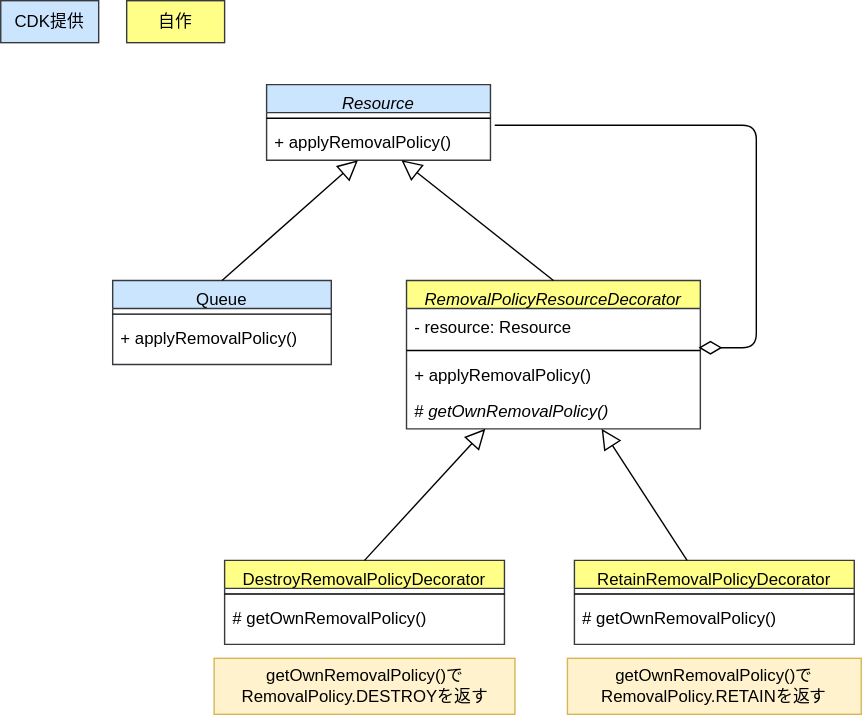
go-to-k/cdk-gof-design-pattern keeps this draw.io diagram as drawio/decorator/decorator_cdk.drawio.svg. Above is the earlier version. Source tidied: cells renumbered, new cells last; positions are measured from the earlier drawing's top-left corner, leaving out a move shared by most shapes.
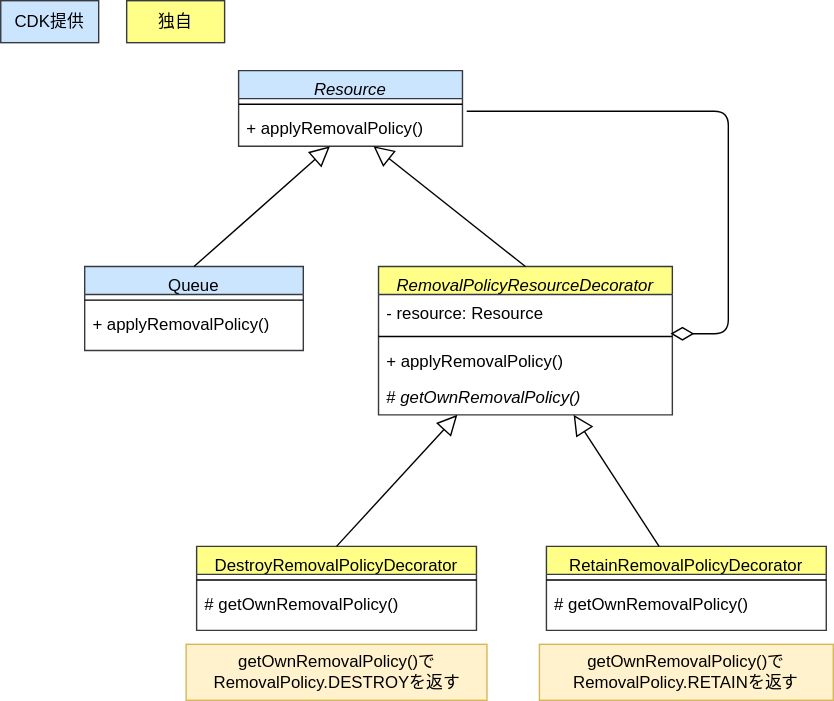
The same file after the commit.

The edit, as a diff of the source:
```diff
@@ -79,11 +79,11 @@
     <mxCell id="25" value="getOwnRemovalPolicy()でRemovalPolicy.DESTROYを返す" style="text;html=1;strokeColor=#d6b656;fillColor=#fff2cc;align=center;verticalAlign=middle;whiteSpace=wrap;rounded=0;fontColor=#000000;" parent="1" vertex="1">
       <mxGeometry x="152.5" y="470" width="215" height="40" as="geometry" />
     </mxCell>
-    <mxCell id="26" value="自作" style="rounded=0;whiteSpace=wrap;html=1;fillColor=#ffff88;strokeColor=#36393d;" parent="1" vertex="1">
-      <mxGeometry x="90" width="70" height="30" as="geometry" />
+    <mxCell id="26" value="独自" style="rounded=0;whiteSpace=wrap;html=1;fillColor=#ffff88;strokeColor=#36393d;" parent="1" vertex="1">
+      <mxGeometry x="110" y="10" width="70" height="30" as="geometry" />
     </mxCell>
     <mxCell id="27" value="CDK提供" style="rounded=0;whiteSpace=wrap;html=1;fillColor=#cce5ff;strokeColor=#36393d;" parent="1" vertex="1">
-      <mxGeometry width="70" height="30" as="geometry" />
+      <mxGeometry x="20" y="10" width="70" height="30" as="geometry" />
     </mxCell>
   </root>
 </mxGraphModel>
```
